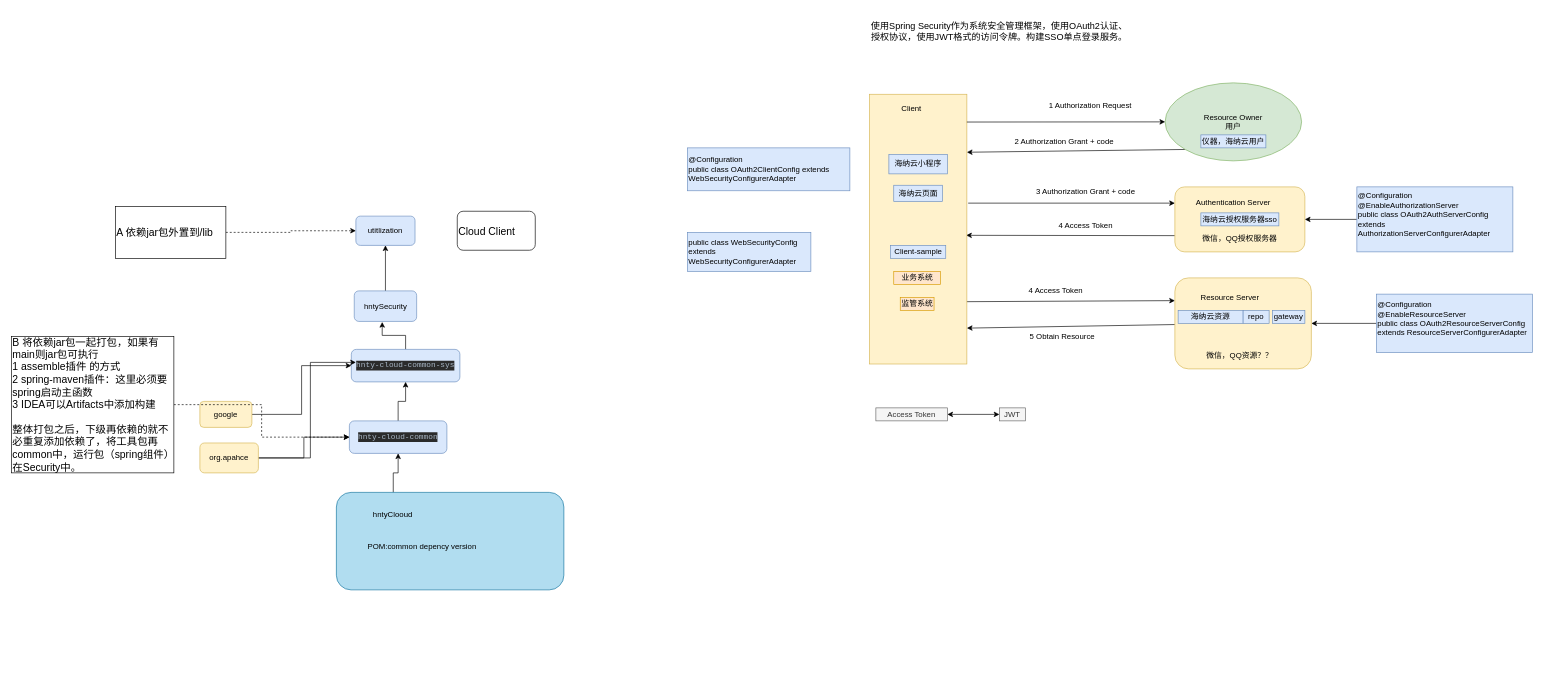
Above: sso-security.drawio in lzdong0714/note (draw.io), before the change. Source tidied: cells renumbered, new cells numbered last; positions are measured from the earlier drawing's top-left corner, leaving out a move shared by most shapes. Both pictures are drawn from the tidied source at 65%, with x=0, y=0 at pixel (11, 11).
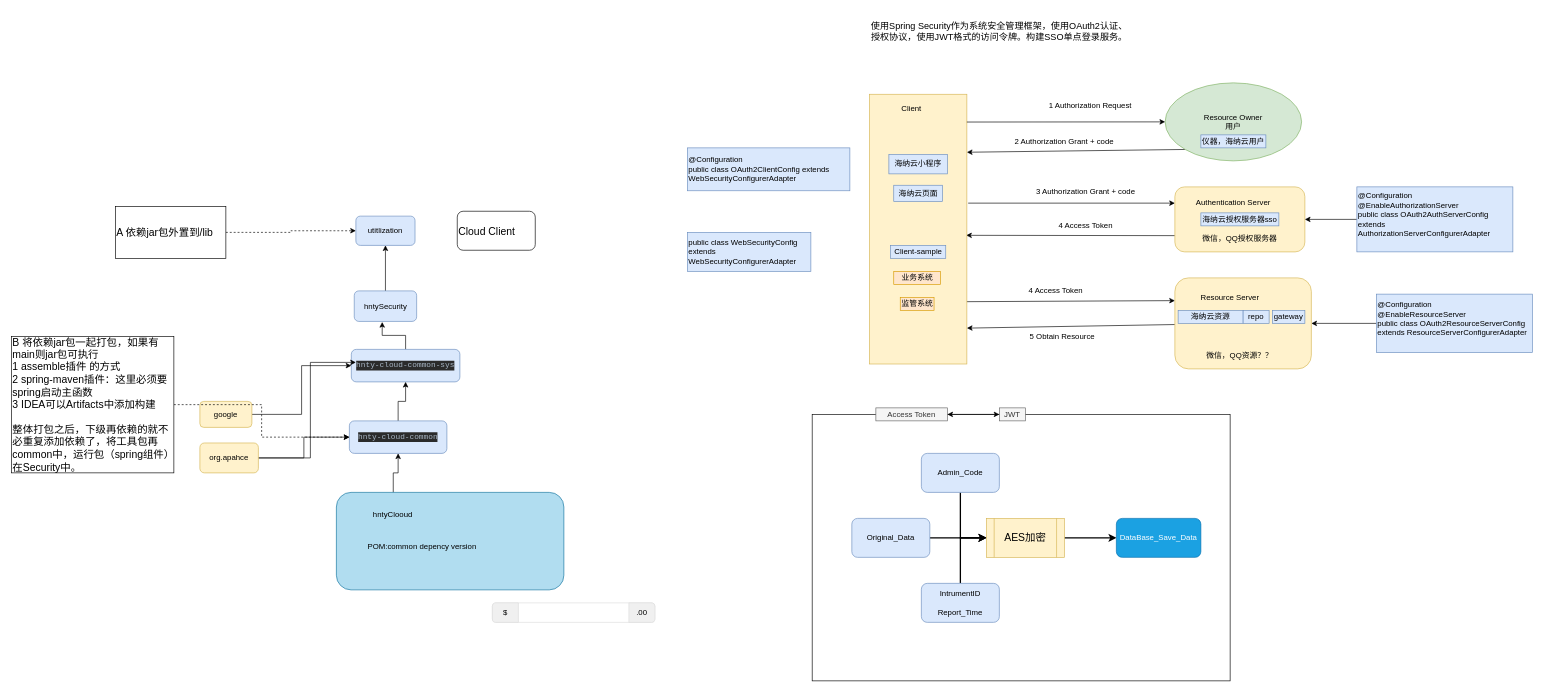
After the change.

What changed in the source:
```diff
@@
+    <mxCell id="65" style="rounded=0;whiteSpace=wrap;html=1;" parent="1" vertex="1">
+      <mxGeometry x="1232" y="620" width="643" height="410" as="geometry" />
+    </mxCell>
@@
+    <mxCell id="66" style="html=1;shadow=0;dashed=0;shape=mxgraph.bootstrap.rrect;rSize=5;strokeColor=#dddddd;fillColor=#ffffff;spacingLeft=50;fontSize=14;align=left;fontColor=#dddddd;whiteSpace=wrap;" parent="1" vertex="1">
+      <mxGeometry x="740" y="910" width="250" height="30" as="geometry" />
+    </mxCell>
+    <mxCell id="67" value="$" style="html=1;shadow=0;dashed=0;shape=mxgraph.bootstrap.leftButton;rSize=5;strokeColor=#dddddd;fillColor=#f0f0f0;whiteSpace=wrap;" parent="66" vertex="1">
+      <mxGeometry width="40" height="30" relative="1" as="geometry" />
+    </mxCell>
+    <mxCell id="68" value=".00" style="html=1;shadow=0;dashed=0;shape=mxgraph.bootstrap.rightButton;rSize=5;strokeColor=#dddddd;fillColor=#f0f0f0;whiteSpace=wrap;" parent="66" vertex="1">
+      <mxGeometry x="1" width="40" height="30" relative="1" as="geometry">
+        <mxPoint x="-40" as="offset" />
+      </mxGeometry>
+    </mxCell>
+    <mxCell id="69" style="edgeStyle=orthogonalEdgeStyle;rounded=0;jettySize=auto;html=1;exitX=1;exitY=0.5;exitDx=0;exitDy=0;entryX=0;entryY=0.5;entryDx=0;entryDy=0;endArrow=classic;endFill=1;strokeWidth=2;" parent="1" edge="1" source="70" target="74">
+      <mxGeometry relative="1" as="geometry" />
+    </mxCell>
+    <mxCell id="70" value="Original_Data" style="rounded=1;whiteSpace=wrap;html=1;fillColor=#dae8fc;strokeColor=#6c8ebf;" parent="1" vertex="1">
+      <mxGeometry x="1293" y="780" width="120" height="60" as="geometry" />
+    </mxCell>
+    <mxCell id="71" style="edgeStyle=orthogonalEdgeStyle;rounded=0;jettySize=auto;html=1;exitX=0.5;exitY=0;exitDx=0;exitDy=0;strokeWidth=2;" parent="1" edge="1" source="72">
+      <mxGeometry relative="1" as="geometry">
+        <mxPoint x="1500" y="810" as="targetPoint" />
+        <Array as="points">
+          <mxPoint x="1460" y="810" />
+        </Array>
+      </mxGeometry>
+    </mxCell>
+    <mxCell id="72" value="IntrumentID&lt;br&gt;&lt;br&gt;Report_Time" style="rounded=1;whiteSpace=wrap;html=1;fillColor=#dae8fc;strokeColor=#6c8ebf;" parent="1" vertex="1">
+      <mxGeometry x="1400" y="880" width="120" height="60" as="geometry" />
+    </mxCell>
+    <mxCell id="73" style="edgeStyle=orthogonalEdgeStyle;rounded=0;jettySize=auto;html=1;strokeWidth=2;endArrow=classic;endFill=1;" parent="1" edge="1" source="74" target="75">
+      <mxGeometry relative="1" as="geometry" />
+    </mxCell>
+    <mxCell id="74" value="&lt;p class=&quot;MsoNormal&quot;&gt;&lt;span style=&quot;font-size: 12.0000pt&quot;&gt;AES加密&lt;/span&gt;&lt;/p&gt;" style="shape=process;whiteSpace=wrap;html=1;backgroundOutline=1;fillColor=#fff2cc;strokeColor=#d6b656;" parent="1" vertex="1">
+      <mxGeometry x="1500" y="780" width="120" height="60" as="geometry" />
+    </mxCell>
+    <mxCell id="75" value="DataBase_Save_Data" style="rounded=1;whiteSpace=wrap;html=1;fillColor=#1ba1e2;strokeColor=#006EAF;fontColor=#ffffff;" parent="1" vertex="1">
+      <mxGeometry x="1700" y="780" width="130" height="60" as="geometry" />
+    </mxCell>
+    <mxCell id="76" style="edgeStyle=orthogonalEdgeStyle;rounded=0;jettySize=auto;html=1;entryX=0;entryY=0.5;entryDx=0;entryDy=0;endArrow=classic;endFill=1;strokeWidth=2;" parent="1" edge="1" source="77" target="74">
+      <mxGeometry relative="1" as="geometry" />
+    </mxCell>
+    <mxCell id="77" value="Admin_Code" style="rounded=1;whiteSpace=wrap;html=1;fillColor=#dae8fc;strokeColor=#6c8ebf;" parent="1" vertex="1">
+      <mxGeometry x="1400" y="680" width="120" height="60" as="geometry" />
+    </mxCell>
```
